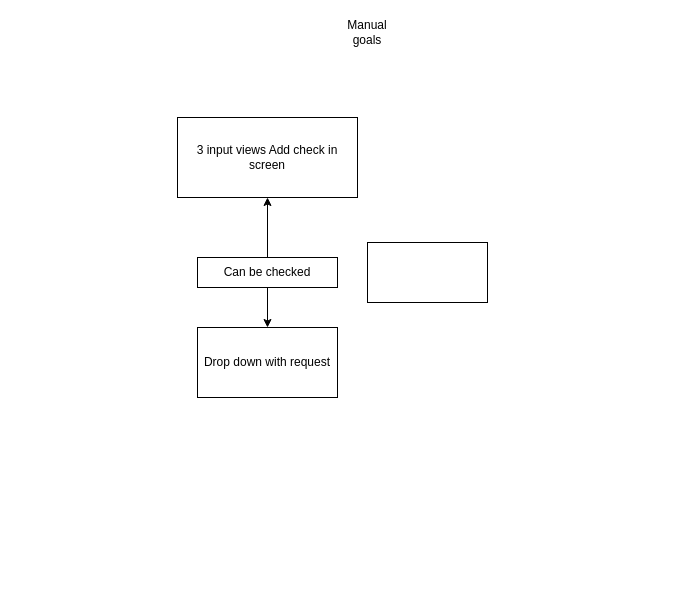
Earlier version of the draw.io diagram Untitled Diagram.drawio (Rayllienstery/Swift_Multidimensional_Arrays_Tricks). Source tidied: cells renumbered, new cells numbered last; positions are measured from the earlier drawing's top-left corner, leaving out a move shared by most shapes. Both pictures are drawn from the tidied source at 100%, with x=0, y=0 at pixel (177, 17).
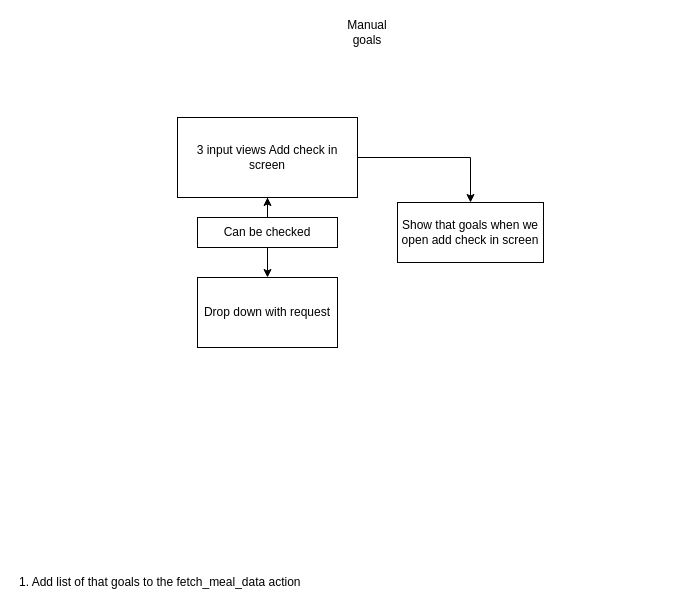
The same page after the edit.

The edit, as a diff of the source:
```diff
@@
 <mxGraphModel>
   <root>
     <mxCell id="0" />
     <mxCell id="1" parent="0" />
+    <mxCell id="9" style="edgeStyle=orthogonalEdgeStyle;rounded=0;jettySize=auto;html=1;fontColor=default;" parent="1" edge="1" source="2" target="8">
+      <mxGeometry relative="1" as="geometry" />
+    </mxCell>
     <mxCell id="2" value="3 input views Add check in screen" style="rounded=0;whiteSpace=wrap;html=1;fillColor=default;strokeColor=default;fontColor=default;labelBackgroundColor=default;" parent="1" vertex="1">
       <mxGeometry y="100" width="180" height="80" as="geometry" />
     </mxCell>
     <mxCell id="3" style="edgeStyle=orthogonalEdgeStyle;rounded=0;jettySize=auto;html=1;entryX=0.5;entryY=1;entryDx=0;entryDy=0;fontColor=default;strokeColor=default;labelBackgroundColor=default;" parent="1" edge="1" source="5" target="2">
       <mxGeometry relative="1" as="geometry" />
     </mxCell>
     <mxCell id="4" style="edgeStyle=orthogonalEdgeStyle;rounded=0;jettySize=auto;html=1;entryX=0.5;entryY=0;entryDx=0;entryDy=0;fontColor=default;" parent="1" edge="1" source="5" target="6">
       <mxGeometry relative="1" as="geometry" />
     </mxCell>
     <mxCell id="5" value="Can be checked" style="rounded=0;whiteSpace=wrap;html=1;fontColor=default;strokeColor=default;fillColor=default;" parent="1" vertex="1">
-      <mxGeometry x="20" y="240" width="140" height="30" as="geometry" />
+      <mxGeometry x="20" y="200" width="140" height="30" as="geometry" />
     </mxCell>
     <mxCell id="6" value="Drop down with request" style="rounded=0;whiteSpace=wrap;html=1;fontColor=default;strokeColor=default;fillColor=default;" parent="1" vertex="1">
-      <mxGeometry x="20" y="310" width="140" height="70" as="geometry" />
+      <mxGeometry x="20" y="260" width="140" height="70" as="geometry" />
     </mxCell>
     <mxCell id="7" value="Manual goals" style="text;html=1;strokeColor=none;fillColor=none;align=center;verticalAlign=middle;whiteSpace=wrap;rounded=0;fontColor=default;" parent="1" vertex="1">
       <mxGeometry x="160" width="60" height="30" as="geometry" />
     </mxCell>
-    <mxCell id="8" style="rounded=0;whiteSpace=wrap;html=1;labelBackgroundColor=default;fontColor=default;strokeColor=default;fillColor=default;" parent="1" vertex="1">
-      <mxGeometry x="190" y="225" width="120" height="60" as="geometry" />
+    <mxCell id="8" value="&lt;div&gt;Show that goals when we open add check in screen&lt;/div&gt;" style="rounded=0;whiteSpace=wrap;html=1;labelBackgroundColor=default;fontColor=default;strokeColor=default;fillColor=default;" parent="1" vertex="1">
+      <mxGeometry x="220" y="185" width="146" height="60" as="geometry" />
     </mxCell>
+    <mxCell id="10" value="&lt;div&gt;1. Add list of that goals to the fetch_meal_data action&lt;/div&gt;" style="text;html=1;strokeColor=none;fillColor=none;align=left;verticalAlign=middle;whiteSpace=wrap;rounded=0;labelBackgroundColor=default;fontColor=default;" parent="1" vertex="1">
+      <mxGeometry x="-160" y="550" width="650" height="30" as="geometry" />
+    </mxCell>
   </root>
 </mxGraphModel>
```
